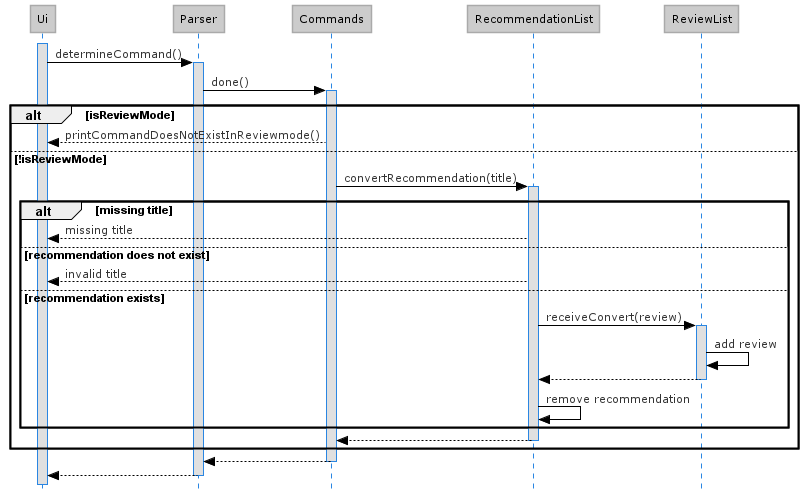
Before: docs/diagrams/Done_Sequence_Diagram.png, a diagram exported from PlantUML (nus-cs2113-AY2021S2/tp).
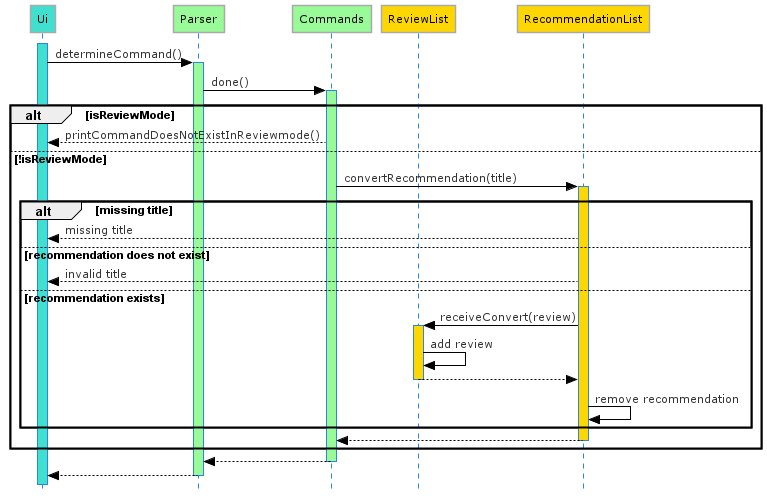
The same file after the commit.

Diff of the diagram source:
```diff
@@ -3,19 +3,25 @@
 !includeurl https://raw.githubusercontent.com/Drakemor/RedDress-PlantUML/master/style.puml
 skinparam style strictuml
 
-activate Ui
+participant Ui #Turquoise
+participant Parser #PaleGreen
+participant Commands #PaleGreen
+participant ReviewList #Gold
+participant RecommendationList #Gold
+
+activate Ui #Turquoise
 Ui -> Parser : determineCommand()
-activate Parser
+activate Parser #PaleGreen
 
 Parser -> Commands : done()
-activate Commands
+activate Commands #PaleGreen
 
 alt isReviewMode
     Commands --> Ui : printCommandDoesNotExistInReviewmode()
 
 else !isReviewMode
     Commands -> RecommendationList : convertRecommendation(title)
-    activate RecommendationList
+    activate RecommendationList #Gold
 
     alt missing title
         RecommendationList --> Ui : missing title
@@ -25,7 +31,7 @@
 
     else recommendation exists
         RecommendationList -> ReviewList : receiveConvert(review)
-        activate ReviewList
+        activate ReviewList #Gold
         ReviewList -> ReviewList : add review
         ReviewList --> RecommendationList
         deactivate ReviewList
```
